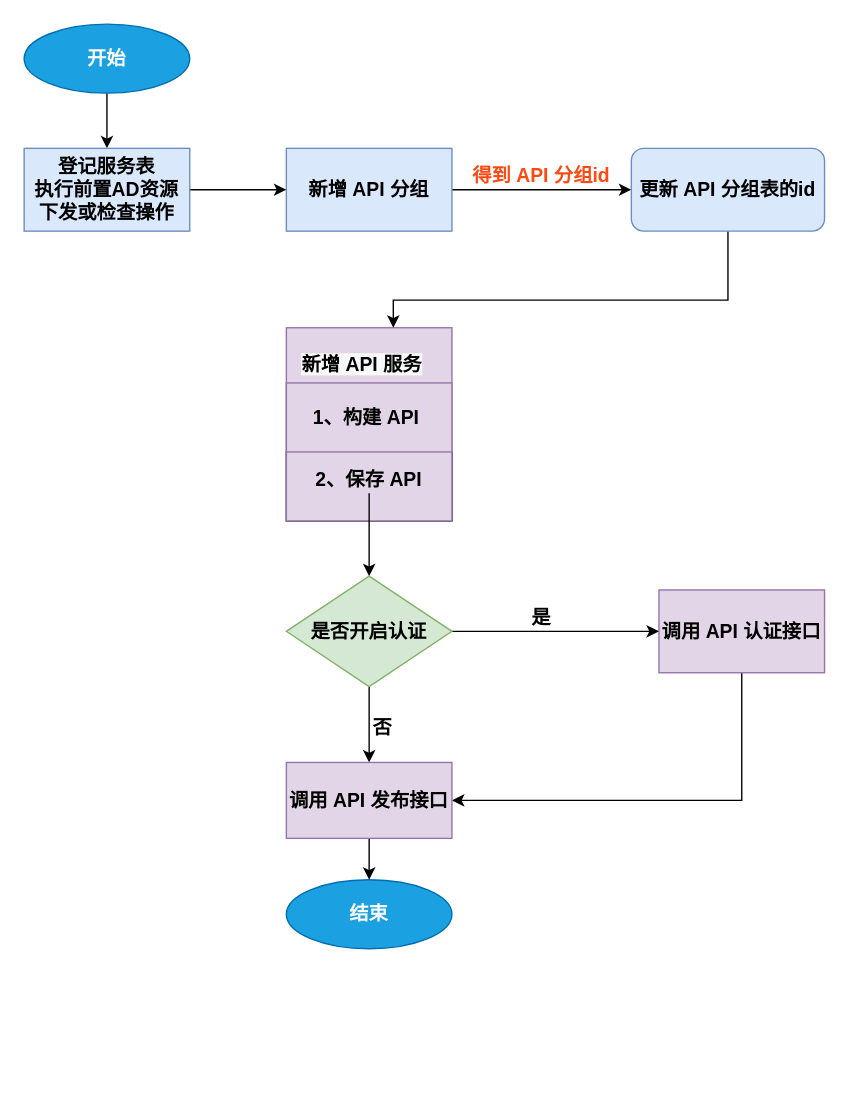
Above: page "新增API服务流程" (1 of 5) of 国税总局迭代三设计.drawio in helemile/notes (draw.io), before the change. Source tidied: cells renumbered, new cells numbered last; positions are measured from the earlier drawing's top-left corner, leaving out a move shared by most shapes. Both pictures are drawn from the tidied source at 138%, with x=0, y=0 at pixel (23, 23).
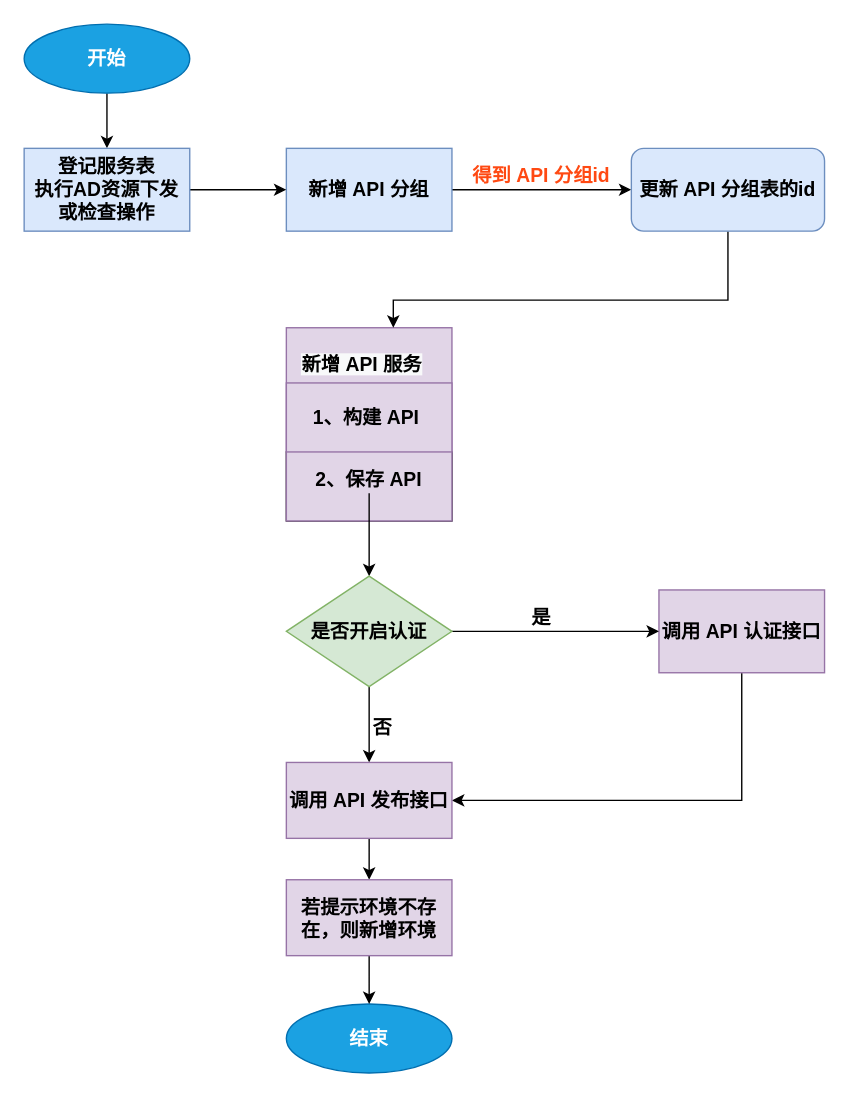
Above is the later version.

The change refers to these unchanged cells:
```xml
<mxCell id="18" value="调用 API 发布接口" style="whiteSpace=wrap;html=1;fontSize=14;fontStyle=1;fillColor=#e1d5e7;strokeColor=#9673a6;" parent="1" vertex="1">
  <mxGeometry x="190" y="535" width="120" height="55" as="geometry" />
</mxCell>
```

Diff of the diagram source:
```diff
@@
-    <mxCell id="17" style="edgeStyle=orthogonalEdgeStyle;rounded=0;jettySize=auto;html=1;fontSize=14;fontStyle=1;" parent="1" edge="1" source="18" target="23">
-      <mxGeometry relative="1" as="geometry" />
-    </mxCell>
+    <mxCell id="27" style="edgeStyle=orthogonalEdgeStyle;rounded=0;jettySize=auto;html=1;fontSize=14;" parent="1" edge="1" source="18" target="29">
+      <mxGeometry relative="1" as="geometry" />
+    </mxCell>
@@
     <mxCell id="23" value="结束" style="ellipse;whiteSpace=wrap;html=1;fontSize=14;fillColor=#1ba1e2;strokeColor=#006EAF;fontColor=#ffffff;fontStyle=1;" parent="1" vertex="1">
-      <mxGeometry x="190" y="620" width="120" height="50" as="geometry" />
+      <mxGeometry x="190" y="710" width="120" height="50" as="geometry" />
     </mxCell>
@@
-    <mxCell id="25" value="登记服务表&lt;br&gt;执行前置AD资源下发或检查操作" style="rounded=0;whiteSpace=wrap;html=1;fontSize=14;fillColor=#dae8fc;strokeColor=#6c8ebf;fontStyle=1;" parent="1" vertex="1">
+    <mxCell id="25" value="登记服务表&lt;br&gt;执行AD资源下发或检查操作" style="rounded=0;whiteSpace=wrap;html=1;fontSize=14;fillColor=#dae8fc;strokeColor=#6c8ebf;fontStyle=1;" parent="1" vertex="1">
       <mxGeometry y="90" width="120" height="60" as="geometry" />
     </mxCell>
@@
+    <mxCell id="28" style="edgeStyle=orthogonalEdgeStyle;rounded=0;jettySize=auto;html=1;fontSize=14;" parent="1" edge="1" source="29" target="23">
+      <mxGeometry relative="1" as="geometry" />
+    </mxCell>
+    <mxCell id="29" value="若提示环境不存在，则新增环境" style="whiteSpace=wrap;html=1;fontSize=14;fontStyle=1;fillColor=#e1d5e7;strokeColor=#9673a6;" parent="1" vertex="1">
+      <mxGeometry x="190" y="620" width="120" height="55" as="geometry" />
+    </mxCell>
```
